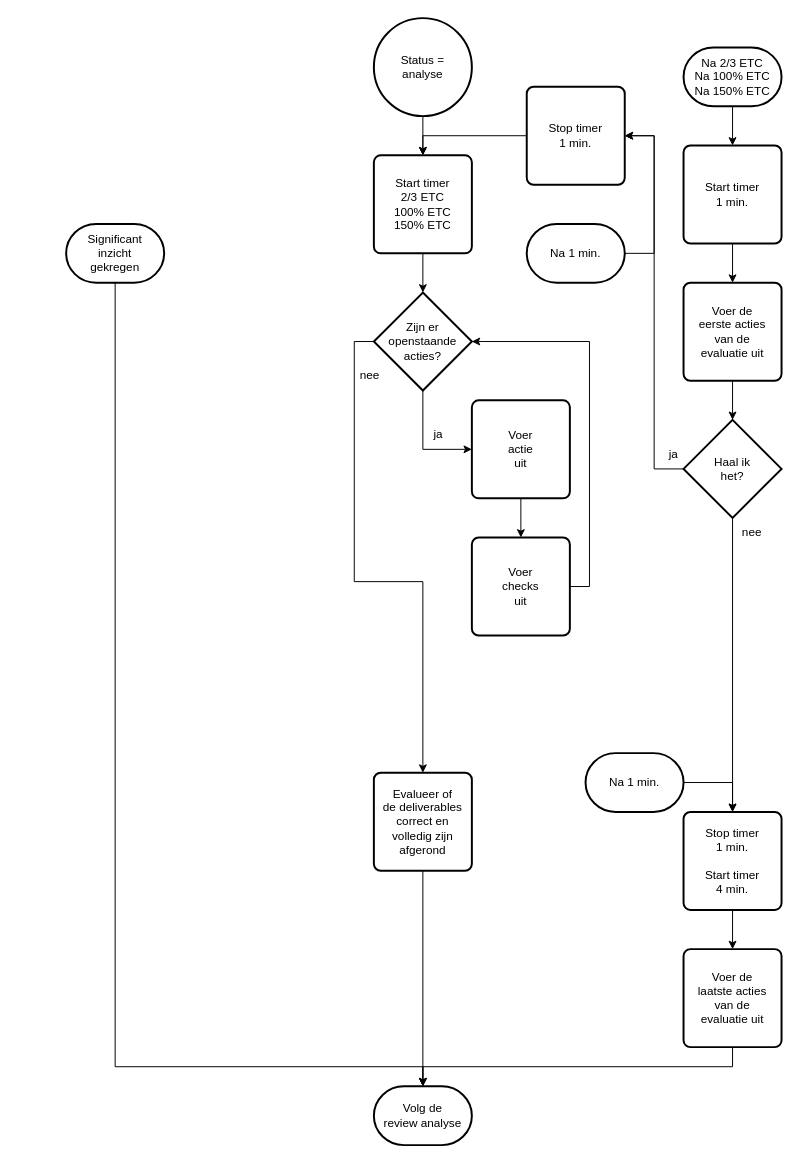
Zaibatsu89/IssueTracker keeps this draw.io diagram as 3 Issue Tracker analyse.drawio. Above is the earlier version. Source tidied: cells renumbered, new cells numbered last; positions are measured from the earlier drawing's top-left corner, leaving out a move shared by most shapes. Both pictures are drawn from the tidied source at 98%, with x=0, y=0 at pixel (66, 18).
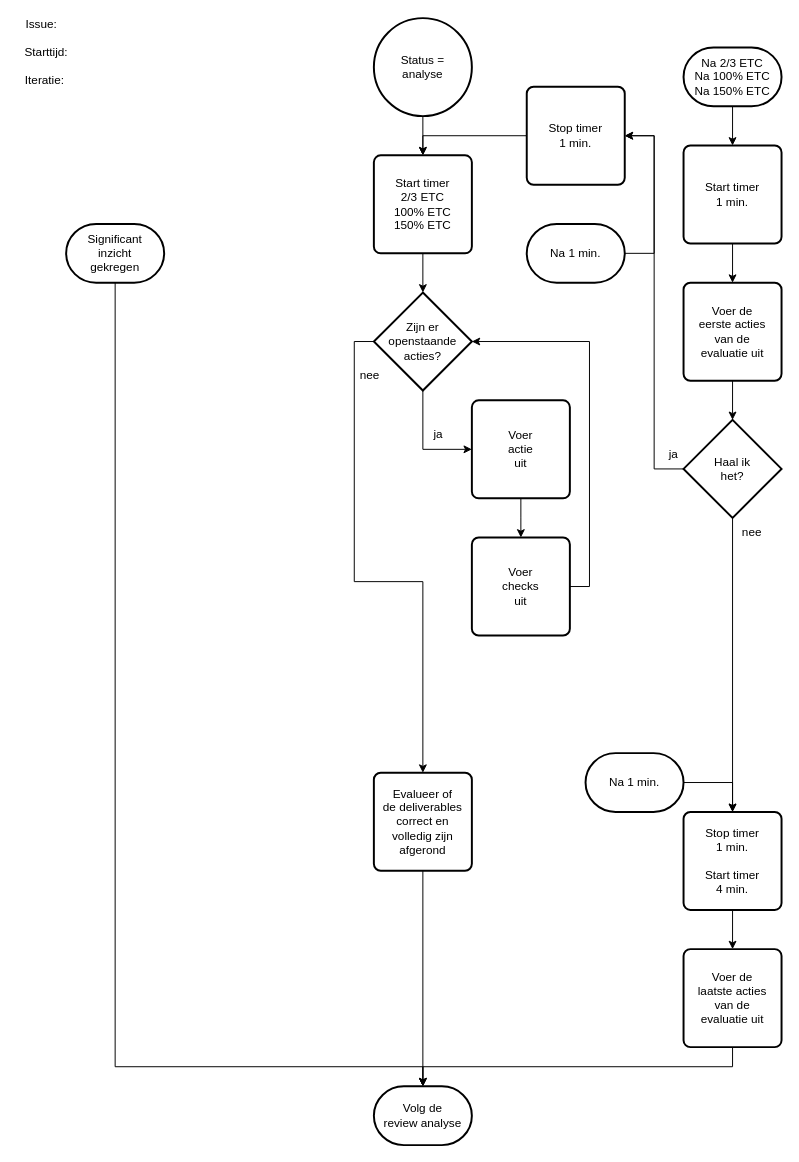
The same diagram, later.

Commit message (it also covers changes not shown here):
issue, starttijd en iteratie in flowcharts

What changed in the source:
```diff
@@
+    <mxCell id="41" value="Issue:&amp;nbsp; &amp;nbsp;&lt;br&gt;&lt;br&gt;Starttijd:&lt;br&gt;&lt;br&gt;Iteratie:&amp;nbsp;" style="text;html=1;align=center;verticalAlign=middle;whiteSpace=wrap;rounded=0;" parent="1" vertex="1">
+      <mxGeometry x="-50" y="20" width="60" height="30" as="geometry" />
+    </mxCell>
```
